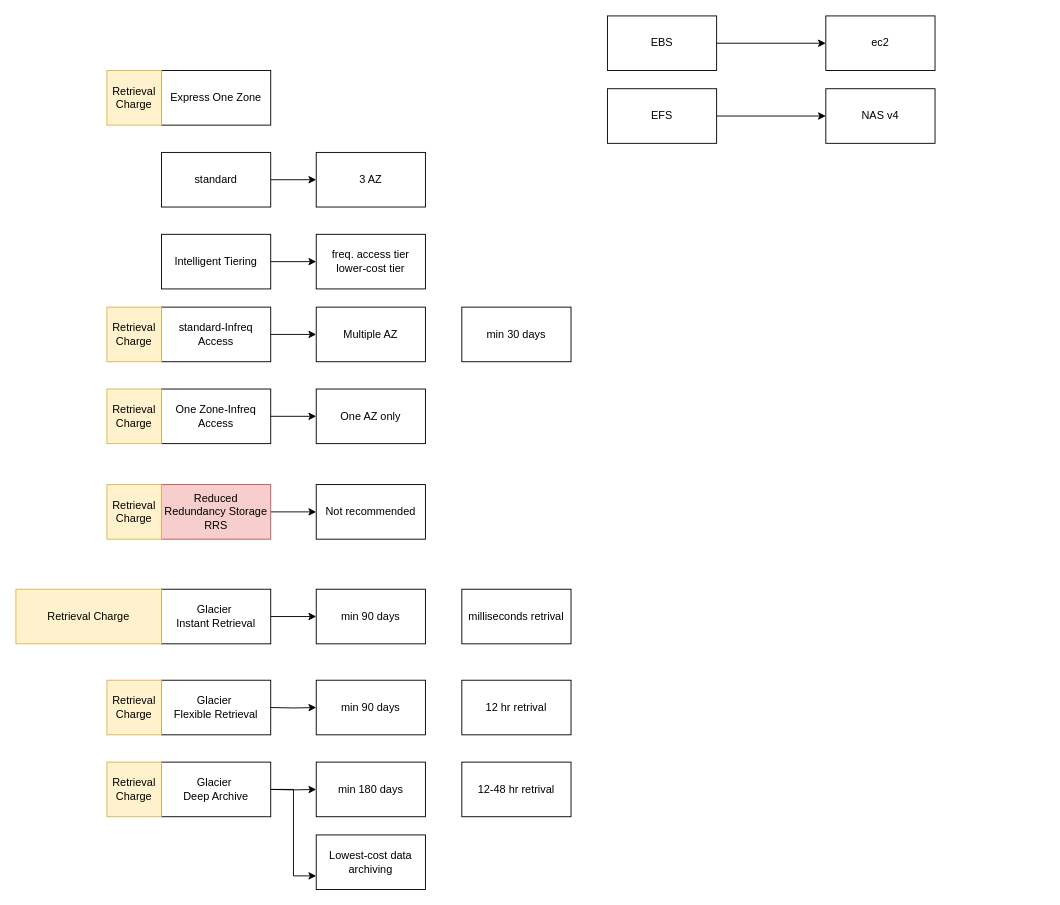
Before: page "S3" (1 of 2) of drawio/aws/s3.drawio in cmkam/architecture, a draw.io diagram. Source tidied: cells renumbered, new cells numbered last; positions are measured from the earlier drawing's top-left corner, leaving out a move shared by most shapes. Both pictures are drawn from the tidied source at 91%, with x=0, y=0 at pixel (15, 15).
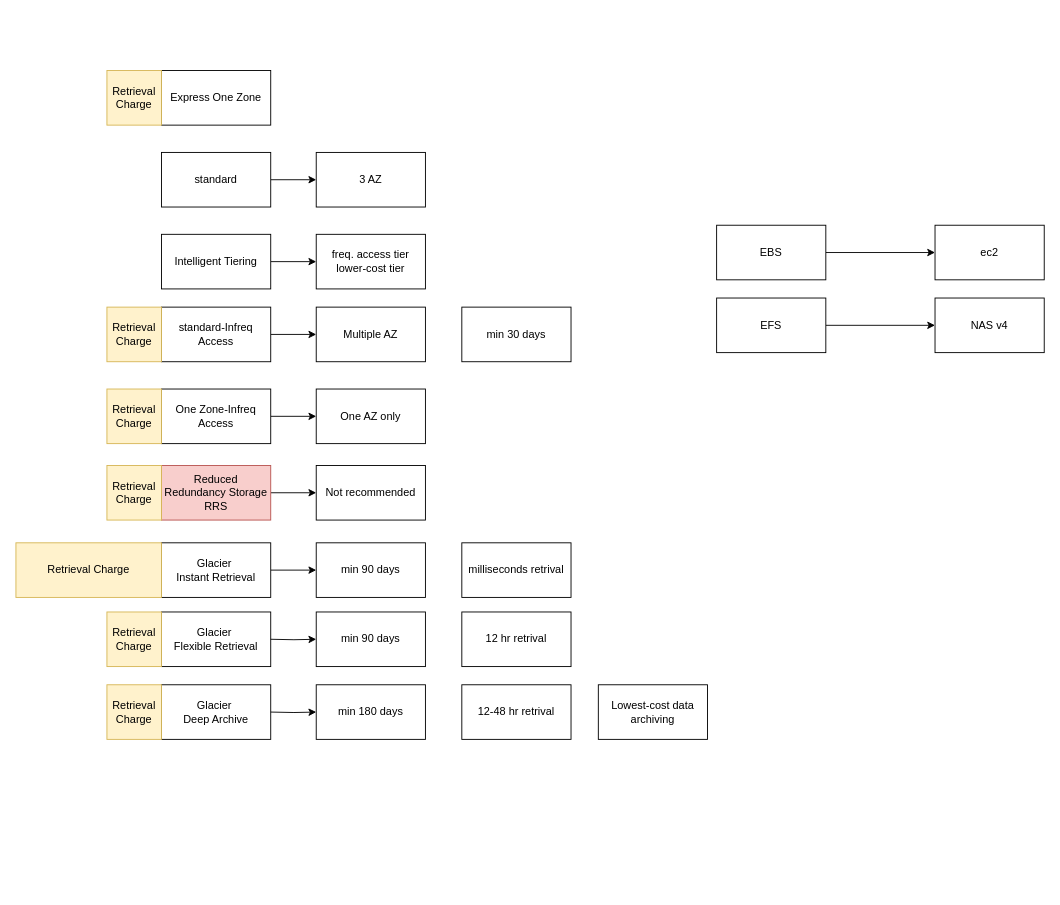
The same diagram, later.

Diff of the diagram source:
```diff
@@
     <mxCell id="14" value="Reduced Redundancy Storage&lt;div&gt;RRS&lt;/div&gt;" style="rounded=0;whiteSpace=wrap;html=1;fillColor=#f8cecc;strokeColor=#b85450;" parent="1" vertex="1">
-      <mxGeometry x="160" y="515" width="120" height="60" as="geometry" />
+      <mxGeometry x="160" y="494" width="120" height="60" as="geometry" />
     </mxCell>
     <mxCell id="15" value="Not recommended" style="rounded=0;whiteSpace=wrap;html=1;" parent="1" vertex="1">
-      <mxGeometry x="330" y="515" width="120" height="60" as="geometry" />
+      <mxGeometry x="330" y="494" width="120" height="60" as="geometry" />
     </mxCell>
@@
     <mxCell id="17" value="Glacier&amp;nbsp;&lt;div&gt;Instant Retrieval&lt;/div&gt;" style="rounded=0;whiteSpace=wrap;html=1;" parent="1" vertex="1">
-      <mxGeometry x="160" y="630" width="120" height="60" as="geometry" />
+      <mxGeometry x="160" y="579" width="120" height="60" as="geometry" />
     </mxCell>
     <mxCell id="18" value="min 90 days" style="rounded=0;whiteSpace=wrap;html=1;" parent="1" vertex="1">
-      <mxGeometry x="330" y="630" width="120" height="60" as="geometry" />
+      <mxGeometry x="330" y="579" width="120" height="60" as="geometry" />
     </mxCell>
     <mxCell id="19" value="Glacier&amp;nbsp;&lt;div&gt;Flexible Retrieval&lt;/div&gt;" style="rounded=0;whiteSpace=wrap;html=1;" parent="1" vertex="1">
-      <mxGeometry x="160" y="730" width="120" height="60" as="geometry" />
+      <mxGeometry x="160" y="655" width="120" height="60" as="geometry" />
     </mxCell>
-    <mxCell id="20" style="edgeStyle=orthogonalEdgeStyle;rounded=0;jettySize=auto;html=1;entryX=0;entryY=0.75;entryDx=0;entryDy=0;" parent="1" edge="1" source="21" target="26">
-      <mxGeometry relative="1" as="geometry" />
-    </mxCell>
     <mxCell id="21" value="Glacier&amp;nbsp;&lt;div&gt;Deep Archive&lt;/div&gt;" style="rounded=0;whiteSpace=wrap;html=1;" parent="1" vertex="1">
-      <mxGeometry x="160" y="820" width="120" height="60" as="geometry" />
+      <mxGeometry x="160" y="735" width="120" height="60" as="geometry" />
     </mxCell>
     <mxCell id="22" style="edgeStyle=orthogonalEdgeStyle;rounded=0;jettySize=auto;html=1;" parent="1" edge="1" target="23">
       <mxGeometry relative="1" as="geometry">
-        <mxPoint x="280" y="850" as="sourcePoint" />
+        <mxPoint x="280" y="765" as="sourcePoint" />
       </mxGeometry>
     </mxCell>
     <mxCell id="23" value="min 180 days" style="rounded=0;whiteSpace=wrap;html=1;" parent="1" vertex="1">
-      <mxGeometry x="330" y="820" width="120" height="60" as="geometry" />
+      <mxGeometry x="330" y="735" width="120" height="60" as="geometry" />
     </mxCell>
     <mxCell id="24" style="edgeStyle=orthogonalEdgeStyle;rounded=0;jettySize=auto;html=1;" parent="1" edge="1" target="25">
       <mxGeometry relative="1" as="geometry">
-        <mxPoint x="280" y="760" as="sourcePoint" />
+        <mxPoint x="280" y="685" as="sourcePoint" />
       </mxGeometry>
     </mxCell>
     <mxCell id="25" value="min 90 days" style="rounded=0;whiteSpace=wrap;html=1;" parent="1" vertex="1">
-      <mxGeometry x="330" y="730" width="120" height="60" as="geometry" />
+      <mxGeometry x="330" y="655" width="120" height="60" as="geometry" />
     </mxCell>
     <mxCell id="26" value="Lowest-cost data archiving" style="rounded=0;whiteSpace=wrap;html=1;" parent="1" vertex="1">
-      <mxGeometry x="330" y="900" width="120" height="60" as="geometry" />
+      <mxGeometry x="640" y="735" width="120" height="60" as="geometry" />
     </mxCell>
@@
     <mxCell id="31" value="Retrieval Charge" style="whiteSpace=wrap;html=1;fillColor=#fff2cc;strokeColor=#d6b656;" parent="1" vertex="1">
-      <mxGeometry x="100" y="515" width="60" height="60" as="geometry" />
+      <mxGeometry x="100" y="494" width="60" height="60" as="geometry" />
     </mxCell>
     <mxCell id="32" value="Retrieval Charge" style="whiteSpace=wrap;html=1;fillColor=#fff2cc;strokeColor=#d6b656;" parent="1" vertex="1">
-      <mxGeometry y="630" width="160" height="60" as="geometry" />
+      <mxGeometry y="579" width="160" height="60" as="geometry" />
     </mxCell>
     <mxCell id="33" value="Retrieval Charge" style="whiteSpace=wrap;html=1;fillColor=#fff2cc;strokeColor=#d6b656;" parent="1" vertex="1">
-      <mxGeometry x="100" y="730" width="60" height="60" as="geometry" />
+      <mxGeometry x="100" y="655" width="60" height="60" as="geometry" />
     </mxCell>
     <mxCell id="34" value="Retrieval Charge" style="whiteSpace=wrap;html=1;fillColor=#fff2cc;strokeColor=#d6b656;" parent="1" vertex="1">
-      <mxGeometry x="100" y="820" width="60" height="60" as="geometry" />
+      <mxGeometry x="100" y="735" width="60" height="60" as="geometry" />
     </mxCell>
     <mxCell id="35" value="12-48 hr retrival" style="rounded=0;whiteSpace=wrap;html=1;" parent="1" vertex="1">
-      <mxGeometry x="490" y="820" width="120" height="60" as="geometry" />
+      <mxGeometry x="490" y="735" width="120" height="60" as="geometry" />
     </mxCell>
@@
     <mxCell id="39" value="EBS" style="rounded=0;whiteSpace=wrap;html=1;" parent="1" vertex="1">
-      <mxGeometry x="650" width="120" height="60" as="geometry" />
+      <mxGeometry x="770" y="230" width="120" height="60" as="geometry" />
     </mxCell>
     <mxCell id="40" value="ec2" style="rounded=0;whiteSpace=wrap;html=1;" parent="1" vertex="1">
-      <mxGeometry x="890" width="120" height="60" as="geometry" />
+      <mxGeometry x="1010" y="230" width="120" height="60" as="geometry" />
     </mxCell>
@@
     <mxCell id="42" value="EFS" style="rounded=0;whiteSpace=wrap;html=1;" parent="1" vertex="1">
-      <mxGeometry x="650" y="80" width="120" height="60" as="geometry" />
+      <mxGeometry x="770" y="310" width="120" height="60" as="geometry" />
     </mxCell>
     <mxCell id="43" value="NAS v4" style="rounded=0;whiteSpace=wrap;html=1;" parent="1" vertex="1">
-      <mxGeometry x="890" y="80" width="120" height="60" as="geometry" />
+      <mxGeometry x="1010" y="310" width="120" height="60" as="geometry" />
     </mxCell>
     <mxCell id="44" value="milliseconds retrival" style="rounded=0;whiteSpace=wrap;html=1;" parent="1" vertex="1">
-      <mxGeometry x="490" y="630" width="120" height="60" as="geometry" />
+      <mxGeometry x="490" y="579" width="120" height="60" as="geometry" />
     </mxCell>
     <mxCell id="45" value="12 hr retrival" style="rounded=0;whiteSpace=wrap;html=1;" parent="1" vertex="1">
-      <mxGeometry x="490" y="730" width="120" height="60" as="geometry" />
+      <mxGeometry x="490" y="655" width="120" height="60" as="geometry" />
     </mxCell>
```
